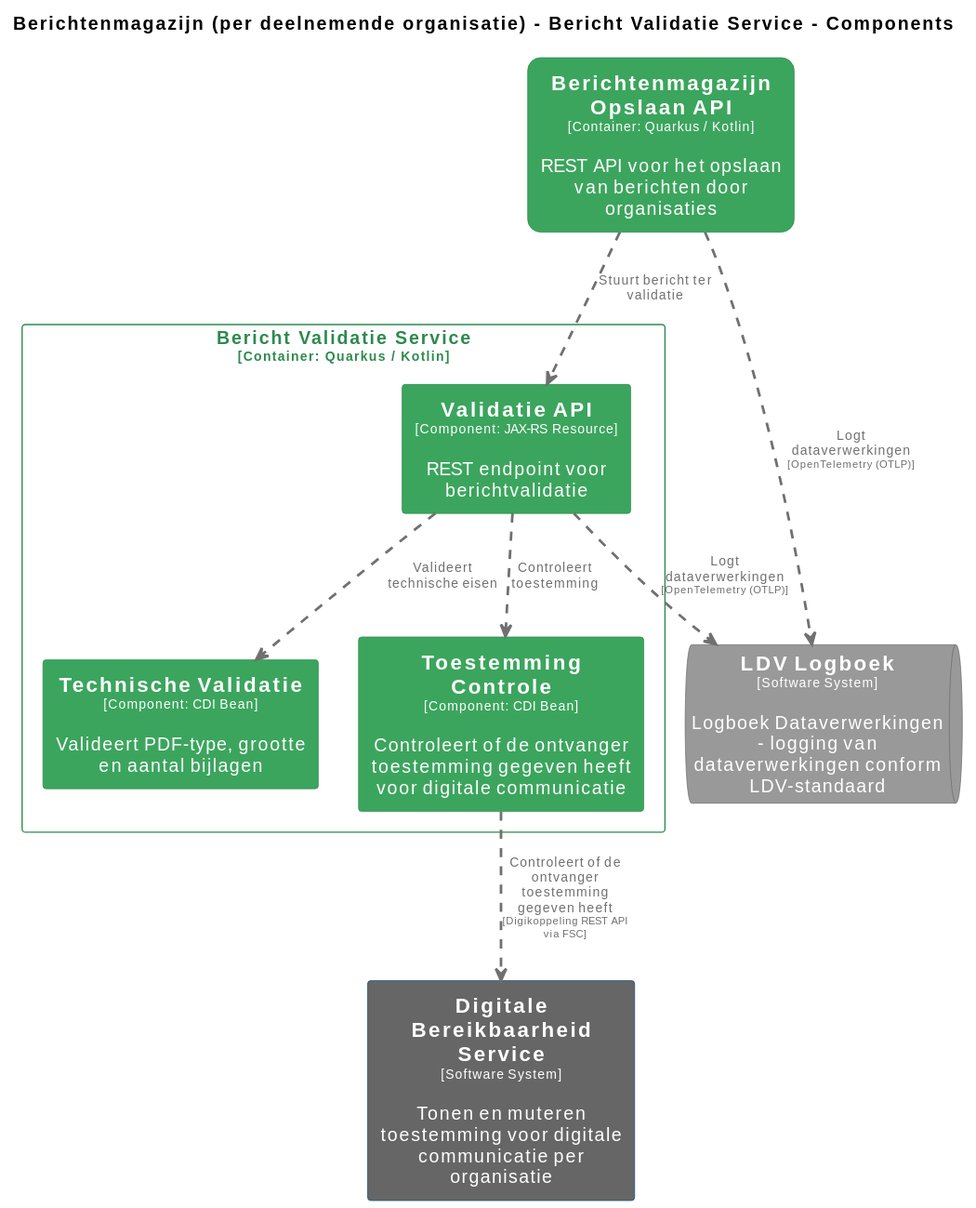
This is pr-preview/pr-22/master/svg/BerichtValidatieComponenten.svg from MinBZK/moza-poc-fbs-berichtenbox, a PlantUML export, as it was before one commit. Its source is kept beside it as pr-preview/pr-22/master/puml/BerichtValidatieComponenten.puml. Source of this version:
```plantuml
@startuml
set separator none
title Berichtenmagazijn (per deelnemende organisatie) - Bericht Validatie Service - Components

top to bottom direction
skinparam ranksep 60
skinparam nodesep 30

skinparam {
  arrowFontSize 10
  defaultTextAlignment center
  wrapWidth 200
  maxMessageSize 100
}

hide stereotype

skinparam rectangle<<Berichtenmagazijnperdeelnemendeorganisatie.BerichtenmagazijnOpslaanAPI>> {
  BackgroundColor #3ba55d
  FontColor #ffffff
  BorderColor #2d8a4e
  roundCorner 20
  shadowing false
}
skinparam rectangle<<DigitaleBereikbaarheidService>> {
  BackgroundColor #666666
  FontColor #ffffff
  BorderColor #0b4884
  shadowing false
}
skinparam queue<<LDVLogboek>> {
  BackgroundColor #999999
  FontColor #ffffff
  BorderColor #6b6b6b
  shadowing false
}
skinparam rectangle<<Berichtenmagazijnperdeelnemendeorganisatie.BerichtValidatieService.TechnischeValidatie>> {
  BackgroundColor #3ba55d
  FontColor #ffffff
  BorderColor #2d8a4e
  shadowing false
}
skinparam rectangle<<Berichtenmagazijnperdeelnemendeorganisatie.BerichtValidatieService.ToestemmingControle>> {
  BackgroundColor #3ba55d
  FontColor #ffffff
  BorderColor #2d8a4e
  shadowing false
}
skinparam rectangle<<Berichtenmagazijnperdeelnemendeorganisatie.BerichtValidatieService.ValidatieAPI>> {
  BackgroundColor #3ba55d
  FontColor #ffffff
  BorderColor #2d8a4e
  shadowing false
}
skinparam rectangle<<Berichtenmagazijnperdeelnemendeorganisatie.BerichtValidatieService>> {
  BorderColor #2d8a4e
  FontColor #2d8a4e
  shadowing false
}

rectangle "==Digitale Bereikbaarheid Service\n<size:10>[Software System]</size>\n\nTonen en muteren toestemming voor digitale communicatie per organisatie" <<DigitaleBereikbaarheidService>> as DigitaleBereikbaarheidService
rectangle "==Berichtenmagazijn Opslaan API\n<size:10>[Container: Quarkus / Kotlin]</size>\n\nREST API voor het opslaan van berichten door organisaties" <<Berichtenmagazijnperdeelnemendeorganisatie.BerichtenmagazijnOpslaanAPI>> as Berichtenmagazijnperdeelnemendeorganisatie.BerichtenmagazijnOpslaanAPI
queue "==LDV Logboek\n<size:10>[Software System]</size>\n\nLogboek Dataverwerkingen - logging van dataverwerkingen conform LDV-standaard" <<LDVLogboek>> as LDVLogboek

rectangle "Bericht Validatie Service\n<size:10>[Container: Quarkus / Kotlin]</size>" <<Berichtenmagazijnperdeelnemendeorganisatie.BerichtValidatieService>> {
  rectangle "==Validatie API\n<size:10>[Component: JAX-RS Resource]</size>\n\nREST endpoint voor berichtvalidatie" <<Berichtenmagazijnperdeelnemendeorganisatie.BerichtValidatieService.ValidatieAPI>> as Berichtenmagazijnperdeelnemendeorganisatie.BerichtValidatieService.ValidatieAPI
  rectangle "==Technische Validatie\n<size:10>[Component: CDI Bean]</size>\n\nValideert PDF-type, grootte en aantal bijlagen" <<Berichtenmagazijnperdeelnemendeorganisatie.BerichtValidatieService.TechnischeValidatie>> as Berichtenmagazijnperdeelnemendeorganisatie.BerichtValidatieService.TechnischeValidatie
  rectangle "==Toestemming Controle\n<size:10>[Component: CDI Bean]</size>\n\nControleert of de ontvanger toestemming gegeven heeft voor digitale communicatie" <<Berichtenmagazijnperdeelnemendeorganisatie.BerichtValidatieService.ToestemmingControle>> as Berichtenmagazijnperdeelnemendeorganisatie.BerichtValidatieService.ToestemmingControle
}

Berichtenmagazijnperdeelnemendeorganisatie.BerichtenmagazijnOpslaanAPI .[#707070,thickness=2].> LDVLogboek : "<color:#707070>Logt dataverwerkingen\n<color:#707070><size:8>[OpenTelemetry (OTLP)]</size>"
Berichtenmagazijnperdeelnemendeorganisatie.BerichtValidatieService.ValidatieAPI .[#707070,thickness=2].> LDVLogboek : "<color:#707070>Logt dataverwerkingen\n<color:#707070><size:8>[OpenTelemetry (OTLP)]</size>"
Berichtenmagazijnperdeelnemendeorganisatie.BerichtValidatieService.ValidatieAPI .[#707070,thickness=2].> Berichtenmagazijnperdeelnemendeorganisatie.BerichtValidatieService.TechnischeValidatie : "<color:#707070>Valideert technische eisen"
Berichtenmagazijnperdeelnemendeorganisatie.BerichtValidatieService.ValidatieAPI .[#707070,thickness=2].> Berichtenmagazijnperdeelnemendeorganisatie.BerichtValidatieService.ToestemmingControle : "<color:#707070>Controleert toestemming"
Berichtenmagazijnperdeelnemendeorganisatie.BerichtenmagazijnOpslaanAPI .[#707070,thickness=2].> Berichtenmagazijnperdeelnemendeorganisatie.BerichtValidatieService.ValidatieAPI : "<color:#707070>Stuurt bericht ter validatie"
Berichtenmagazijnperdeelnemendeorganisatie.BerichtValidatieService.ToestemmingControle .[#707070,thickness=2].> DigitaleBereikbaarheidService : "<color:#707070>Controleert of de ontvanger toestemming gegeven heeft\n<color:#707070><size:8>[Digikoppeling REST API via FSC]</size>"
@enduml
```
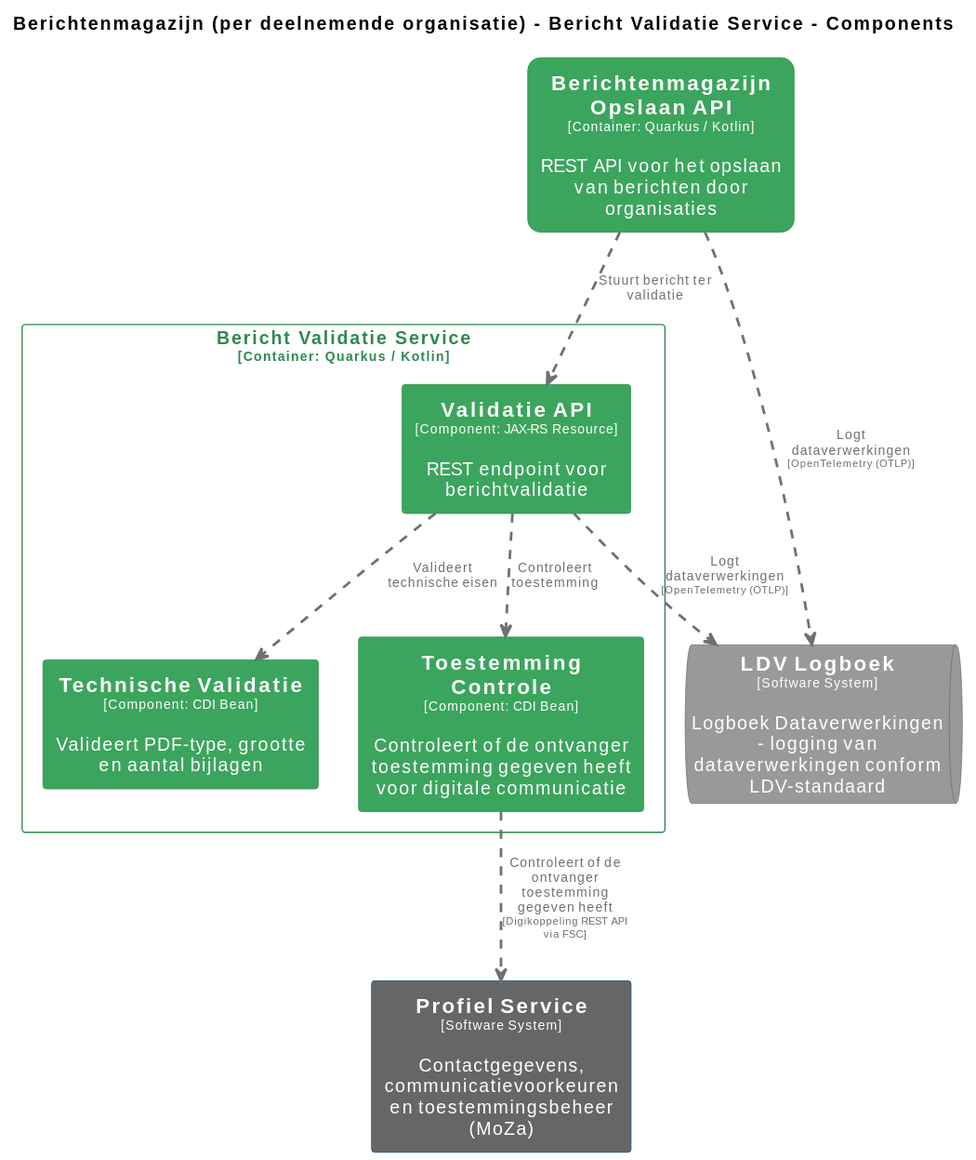
After the commit.

The edit, as a diff of the source:
```diff
@@ -22,16 +22,16 @@
   roundCorner 20
   shadowing false
 }
-skinparam rectangle<<DigitaleBereikbaarheidService>> {
-  BackgroundColor #666666
-  FontColor #ffffff
-  BorderColor #0b4884
-  shadowing false
-}
 skinparam queue<<LDVLogboek>> {
   BackgroundColor #999999
   FontColor #ffffff
   BorderColor #6b6b6b
+  shadowing false
+}
+skinparam rectangle<<ProfielService>> {
+  BackgroundColor #666666
+  FontColor #ffffff
+  BorderColor #0b4884
   shadowing false
 }
 skinparam rectangle<<Berichtenmagazijnperdeelnemendeorganisatie.BerichtValidatieService.TechnischeValidatie>> {
@@ -58,7 +58,7 @@
   shadowing false
 }
 
-rectangle "==Digitale Bereikbaarheid Service\n<size:10>[Software System]</size>\n\nTonen en muteren toestemming voor digitale communicatie per organisatie" <<DigitaleBereikbaarheidService>> as DigitaleBereikbaarheidService
+rectangle "==Profiel Service\n<size:10>[Software System]</size>\n\nContactgegevens, communicatievoorkeuren en toestemmingsbeheer (MoZa)" <<ProfielService>> as ProfielService
 rectangle "==Berichtenmagazijn Opslaan API\n<size:10>[Container: Quarkus / Kotlin]</size>\n\nREST API voor het opslaan van berichten door organisaties" <<Berichtenmagazijnperdeelnemendeorganisatie.BerichtenmagazijnOpslaanAPI>> as Berichtenmagazijnperdeelnemendeorganisatie.BerichtenmagazijnOpslaanAPI
 queue "==LDV Logboek\n<size:10>[Software System]</size>\n\nLogboek Dataverwerkingen - logging van dataverwerkingen conform LDV-standaard" <<LDVLogboek>> as LDVLogboek
 
@@ -73,5 +73,5 @@
 Berichtenmagazijnperdeelnemendeorganisatie.BerichtValidatieService.ValidatieAPI .[#707070,thickness=2].> Berichtenmagazijnperdeelnemendeorganisatie.BerichtValidatieService.TechnischeValidatie : "<color:#707070>Valideert technische eisen"
 Berichtenmagazijnperdeelnemendeorganisatie.BerichtValidatieService.ValidatieAPI .[#707070,thickness=2].> Berichtenmagazijnperdeelnemendeorganisatie.BerichtValidatieService.ToestemmingControle : "<color:#707070>Controleert toestemming"
 Berichtenmagazijnperdeelnemendeorganisatie.BerichtenmagazijnOpslaanAPI .[#707070,thickness=2].> Berichtenmagazijnperdeelnemendeorganisatie.BerichtValidatieService.ValidatieAPI : "<color:#707070>Stuurt bericht ter validatie"
-Berichtenmagazijnperdeelnemendeorganisatie.BerichtValidatieService.ToestemmingControle .[#707070,thickness=2].> DigitaleBereikbaarheidService : "<color:#707070>Controleert of de ontvanger toestemming gegeven heeft\n<color:#707070><size:8>[Digikoppeling REST API via FSC]</size>"
+Berichtenmagazijnperdeelnemendeorganisatie.BerichtValidatieService.ToestemmingControle .[#707070,thickness=2].> ProfielService : "<color:#707070>Controleert of de ontvanger toestemming gegeven heeft\n<color:#707070><size:8>[Digikoppeling REST API via FSC]</size>"
 @enduml
```
